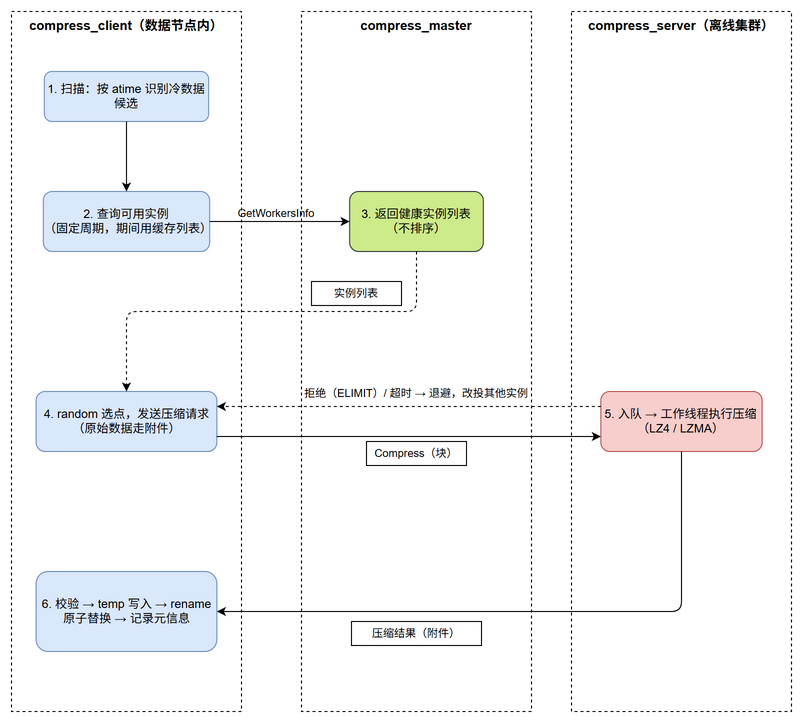
Above: docs/diagrams/flow-compress.drawio.png in WitherLzero/distributed-compress-system (draw.io), before the change. Source tidied: cells renumbered, new cells last; positions are measured from the earlier drawing's top-left corner, leaving out a move shared by most shapes.
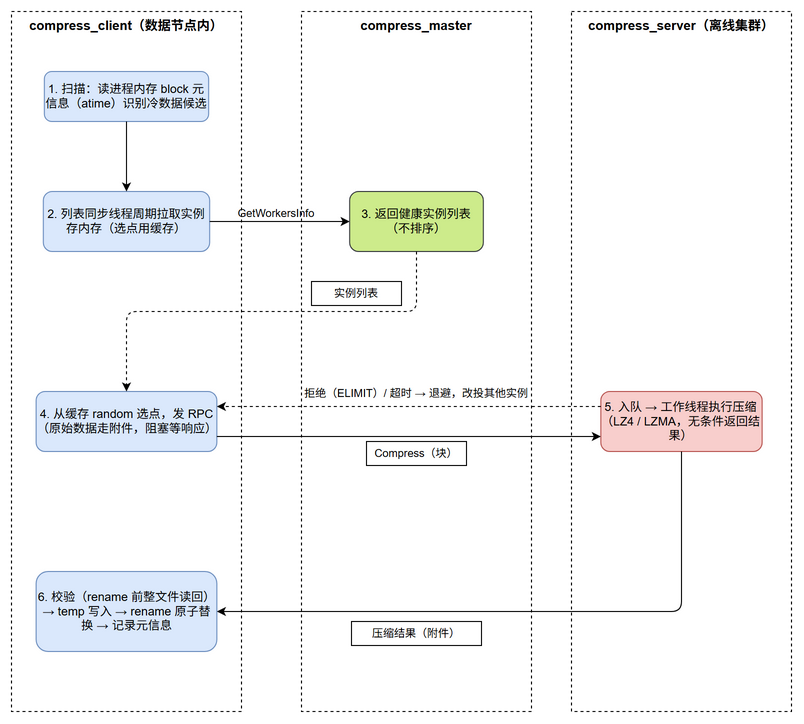
Above is the later version.

Change to the diagram source:
```diff
@@ -5,16 +5,16 @@
     <mxCell id="2" value="compress_client（数据节点内）" style="rounded=0;whiteSpace=wrap;html=1;fillColor=none;verticalAlign=top;fontStyle=1;dashed=1;fontSize=13;" parent="1" vertex="1">
       <mxGeometry width="230" height="700" as="geometry" />
     </mxCell>
-    <mxCell id="3" value="1. 扫描：按 atime 识别冷数据候选" style="rounded=1;whiteSpace=wrap;html=1;fillColor=#dae8fc;strokeColor=#6c8ebf;" parent="2" vertex="1">
+    <mxCell id="3" value="1. 扫描：读进程内存 block 元信息（atime）识别冷数据候选" style="rounded=1;whiteSpace=wrap;html=1;fillColor=#dae8fc;strokeColor=#6c8ebf;" parent="2" vertex="1">
       <mxGeometry x="32.9" y="60" width="164.3" height="50" as="geometry" />
     </mxCell>
-    <mxCell id="4" value="2. 查询可用实例&lt;div&gt;（固定周期，期间用缓存列表）&lt;/div&gt;" style="rounded=1;whiteSpace=wrap;html=1;fillColor=#dae8fc;strokeColor=#6c8ebf;" parent="2" vertex="1">
+    <mxCell id="4" value="2. 列表同步线程周期拉取实例&lt;div&gt;存内存（选点用缓存）&lt;/div&gt;" style="rounded=1;whiteSpace=wrap;html=1;fillColor=#dae8fc;strokeColor=#6c8ebf;" parent="2" vertex="1">
       <mxGeometry x="31.8" y="180" width="166.3" height="60" as="geometry" />
     </mxCell>
-    <mxCell id="5" value="4. random 选点，发送压缩请求&lt;div&gt;（原始数据走附件）&lt;/div&gt;" style="rounded=1;whiteSpace=wrap;html=1;fillColor=#dae8fc;strokeColor=#6c8ebf;" parent="2" vertex="1">
+    <mxCell id="5" value="4. 从缓存 random 选点，发 RPC&lt;div&gt;（原始数据走附件，阻塞等响应）&lt;/div&gt;" style="rounded=1;whiteSpace=wrap;html=1;fillColor=#dae8fc;strokeColor=#6c8ebf;" parent="2" vertex="1">
       <mxGeometry x="24.6" y="380" width="180.7" height="60" as="geometry" />
     </mxCell>
-    <mxCell id="6" value="6. 校验 → temp 写入 → rename 原子替换 → 记录元信息" style="rounded=1;whiteSpace=wrap;html=1;fillColor=#dae8fc;strokeColor=#6c8ebf;" parent="2" vertex="1">
+    <mxCell id="6" value="6. 校验（rename 前整文件读回）→ temp 写入 → rename 原子替换 → 记录元信息" style="rounded=1;whiteSpace=wrap;html=1;fillColor=#dae8fc;strokeColor=#6c8ebf;" parent="2" vertex="1">
       <mxGeometry x="24.6" y="560" width="180.7" height="80" as="geometry" />
     </mxCell>
     <mxCell id="7" style="endArrow=classic;html=1;rounded=1;edgeStyle=orthogonalEdgeStyle;exitX=0.5;exitY=1;exitDx=0;exitDy=0;entryX=0.5;entryY=0;entryDx=0;entryDy=0;" parent="2" edge="1" source="3" target="4">
@@ -38,7 +38,7 @@
     <mxCell id="13" value="compress_server（离线集群）" style="rounded=0;whiteSpace=wrap;html=1;fillColor=none;verticalAlign=top;fontStyle=1;dashed=1;fontSize=13;" parent="1" vertex="1">
       <mxGeometry x="560" width="220" height="700" as="geometry" />
     </mxCell>
-    <mxCell id="14" value="5. 入队 → 工作线程执行压缩&lt;div&gt;（LZ4 / LZMA）&lt;/div&gt;" style="rounded=1;whiteSpace=wrap;html=1;fillColor=#f8cecc;strokeColor=#b85450;" parent="13" vertex="1">
+    <mxCell id="14" value="5. 入队 → 工作线程执行压缩&lt;div&gt;（LZ4 / LZMA，无条件返回结果）&lt;/div&gt;" style="rounded=1;whiteSpace=wrap;html=1;fillColor=#f8cecc;strokeColor=#b85450;" parent="13" vertex="1">
       <mxGeometry x="29.3" y="380" width="161.3" height="60" as="geometry" />
     </mxCell>
     <mxCell id="15" style="endArrow=classic;html=1;rounded=1;edgeStyle=orthogonalEdgeStyle;exitX=1;exitY=0.5;exitDx=0;exitDy=0;entryX=0;entryY=0.5;entryDx=0;entryDy=0;" parent="1" edge="1" source="4" target="9">
```
